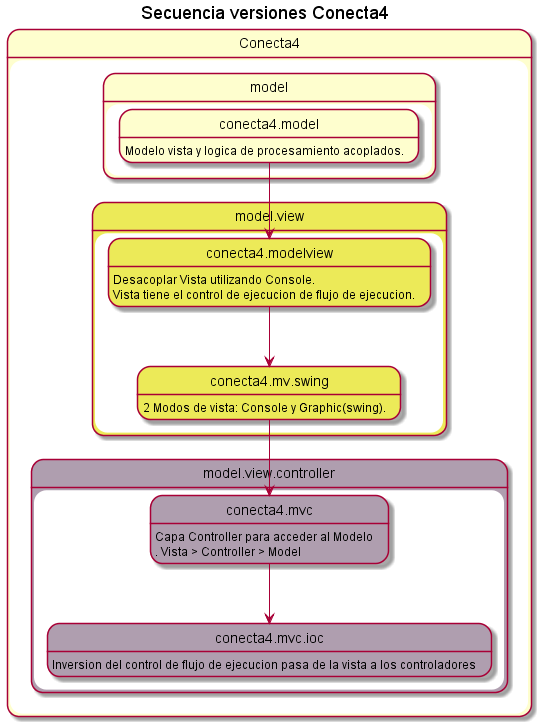
Above: doc/Conecta4.png in arturisimo/conecta4 (PlantUML), before the change. Source of this version:
```plantuml
@startuml Conecta4



title Secuencia versiones Conecta4

state Conecta4 {

state model {

	state conecta4.model: Modelo vista y logica de procesamiento acoplados.

}


state model.view #ECEA58 {

	state conecta4.modelview #ECEA58: Desacoplar Vista utilizando Console.\nVista tiene el control de ejecucion de flujo de ejecucion.

	state conecta4.mv.swing #ECEA58: 2 Modos de vista: Console y Graphic(swing).

	conecta4.modelview --> conecta4.mv.swing
}

state model.view.controller #AF9EAF {

	state conecta4.mvc #AF9EAF: Capa Controller para acceder al Modelo\n. Vista > Controller > Model

	state conecta4.mvc.ioc #AF9EAF: Inversion del control de flujo de ejecucion pasa de la vista a los controladores


	conecta4.mvc --> conecta4.mvc.ioc

}


conecta4.model --> conecta4.modelview
conecta4.mv.swing --> conecta4.mvc

}

@enduml
```
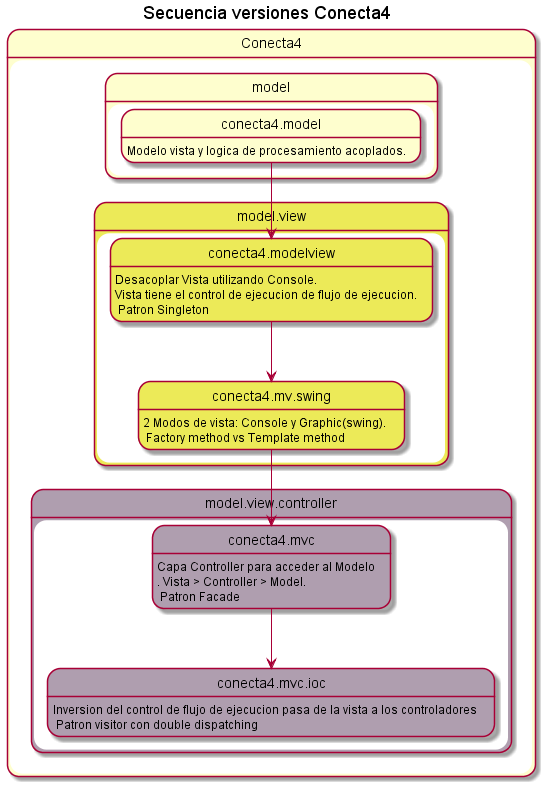
After the change.

Diff of the diagram source:
```diff
@@ -15,18 +15,18 @@
 
 state model.view #ECEA58 {
 
-	state conecta4.modelview #ECEA58: Desacoplar Vista utilizando Console.\nVista tiene el control de ejecucion de flujo de ejecucion.
+	state conecta4.modelview #ECEA58: Desacoplar Vista utilizando Console.\nVista tiene el control de ejecucion de flujo de ejecucion.\n Patron Singleton
 
-	state conecta4.mv.swing #ECEA58: 2 Modos de vista: Console y Graphic(swing).
+	state conecta4.mv.swing #ECEA58: 2 Modos de vista: Console y Graphic(swing). \n Factory method vs Template method
 
 	conecta4.modelview --> conecta4.mv.swing
 }
 
 state model.view.controller #AF9EAF {
 
-	state conecta4.mvc #AF9EAF: Capa Controller para acceder al Modelo\n. Vista > Controller > Model
+	state conecta4.mvc #AF9EAF: Capa Controller para acceder al Modelo\n. Vista > Controller > Model. \n Patron Facade
 
-	state conecta4.mvc.ioc #AF9EAF: Inversion del control de flujo de ejecucion pasa de la vista a los controladores
+	state conecta4.mvc.ioc #AF9EAF: Inversion del control de flujo de ejecucion pasa de la vista a los controladores \n Patron visitor con double dispatching
 
 
 	conecta4.mvc --> conecta4.mvc.ioc
```
